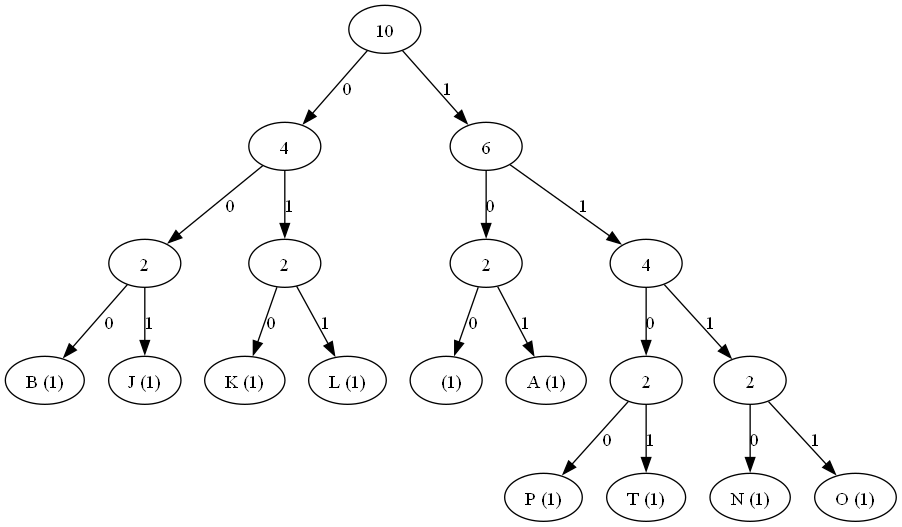
This is tree_visualizations/huffman_tree.png from ufarqrobbany/huffman_code_tubes_sda, a Graphviz export, as it was before one commit. Its source is kept beside it as tree_visualizations/huffman_tree.dot.
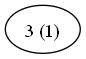
After the commit.

The edit, as a diff of the source:
```diff
@@ -1,39 +1,3 @@
 digraph G {
-    "00647168" [label="10"];
-    "00647168" -> "00643EF0" [label="0"];
-    "00643EF0" [label="4"];
-    "00643EF0" -> "00641840" [label="0"];
-    "00641840" [label="2"];
-    "00641840" -> "006417A0" [label="0"];
-    "006417A0" [label="B (1)"];
-    "00641840" -> "00641B40" [label="1"];
-    "00641B40" [label="J (1)"];
-    "00643EF0" -> "00643E50" [label="1"];
-    "00643E50" [label="2"];
-    "00643E50" -> "00641B90" [label="0"];
-    "00641B90" [label="K (1)"];
-    "00643E50" -> "00641778" [label="1"];
-    "00641778" [label="L (1)"];
-    "00647168" -> "006404B0" [label="1"];
-    "006404B0" [label="6"];
-    "006404B0" -> "00641818" [label="0"];
-    "00641818" [label="2"];
-    "00641818" -> "00641700" [label="0"];
-    "00641700" [label="  (1)"];
-    "00641818" -> "006417C8" [label="1"];
-    "006417C8" [label="A (1)"];
-    "006404B0" -> "00643EC8" [label="1"];
-    "00643EC8" [label="4"];
-    "00643EC8" -> "00643EA0" [label="0"];
-    "00643EA0" [label="2"];
-    "00643EA0" -> "00641728" [label="0"];
-    "00641728" [label="P (1)"];
-    "00643EA0" -> "00641B68" [label="1"];
-    "00641B68" [label="T (1)"];
-    "00643EC8" -> "00643E78" [label="1"];
-    "00643E78" [label="2"];
-    "00643E78" -> "006417F0" [label="0"];
-    "006417F0" [label="N (1)"];
-    "00643E78" -> "00641750" [label="1"];
-    "00641750" [label="O (1)"];
+    "00D81B80" [label="3 (1)"];
 }
```
